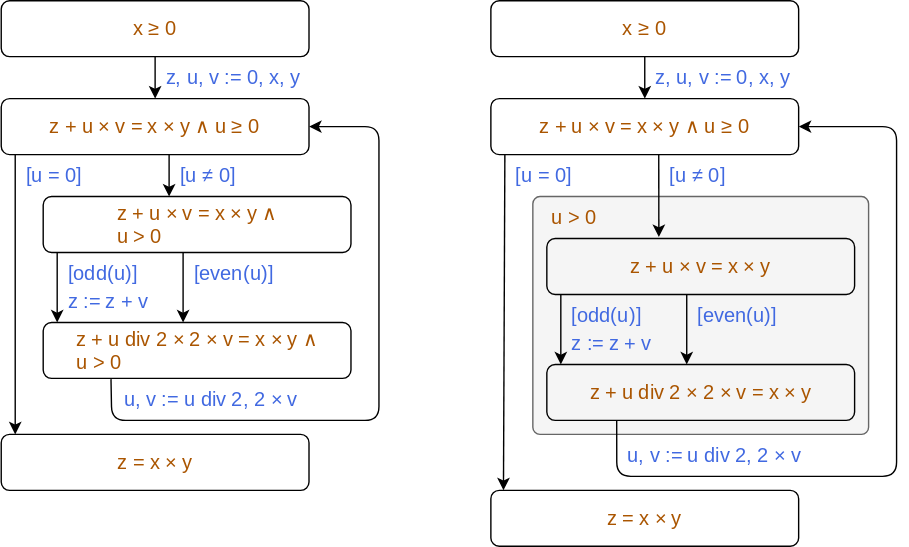
emilsekerinski/ictac2024tutorial keeps this draw.io diagram as content/01 On Algorithms/img/MultiplyByShiftCombined.svg. Above is the earlier version. Source tidied: cells renumbered, new cells last; positions are measured from the earlier drawing's top-left corner, leaving out a move shared by most shapes.
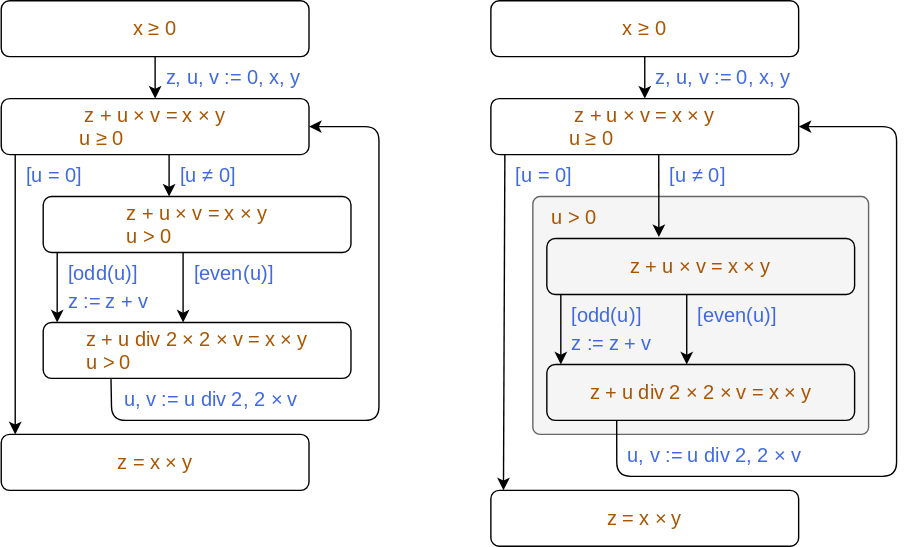
The same file after the commit.

What changed in the source:
```diff
@@ -8,7 +8,7 @@
     <mxCell id="3" value="&lt;div style=&quot;text-align: center&quot;&gt;&lt;font color=&quot;#aa5500&quot;&gt;x ≥ 0&lt;/font&gt;&lt;br&gt;&lt;/div&gt;" style="rounded=1;whiteSpace=wrap;html=1;fillColor=#ffffff;gradientColor=none;fontSize=14;fontColor=#d2691e;align=center;fontFamily=Noto Sans;" parent="1" vertex="1">
       <mxGeometry width="220" height="40" as="geometry" />
     </mxCell>
-    <mxCell id="4" value="&lt;div style=&quot;text-align: center&quot;&gt;&lt;div&gt;&lt;font&gt;z + u × v = x × y ∧ u ≥ 0&lt;/font&gt;&lt;/div&gt;&lt;/div&gt;" style="rounded=1;whiteSpace=wrap;html=1;fillColor=#ffffff;gradientColor=none;fontSize=14;fontColor=#AA5500;align=center;fontFamily=Noto Sans;" parent="1" vertex="1">
+    <mxCell id="4" value="&lt;div style=&quot;text-align: center&quot;&gt;&lt;div&gt;&lt;font&gt;z + u × v = x × y&lt;br&gt;u ≥ 0&amp;nbsp; &amp;nbsp; &amp;nbsp; &amp;nbsp; &amp;nbsp; &amp;nbsp; &amp;nbsp; &amp;nbsp; &amp;nbsp; &amp;nbsp;&lt;/font&gt;&lt;/div&gt;&lt;/div&gt;" style="rounded=1;whiteSpace=wrap;html=1;fillColor=#ffffff;gradientColor=none;fontSize=14;fontColor=#AA5500;align=center;fontFamily=Noto Sans;" parent="1" vertex="1">
       <mxGeometry y="70" width="220" height="40" as="geometry" />
     </mxCell>
     <mxCell id="5" value="&lt;div&gt;&lt;br&gt;&lt;/div&gt;" style="endArrow=classic;html=1;shadow=0;strokeColor=#000000;fontSize=14;fontColor=#d2691e;entryX=0.5;entryY=0;exitX=0.5;exitY=1;labelPosition=center;verticalLabelPosition=middle;align=center;verticalAlign=middle;labelBorderColor=none;fontFamily=Noto Sans;exitDx=0;exitDy=0;entryDx=0;entryDy=0;" parent="1" edge="1" source="3" target="4">
@@ -29,7 +29,7 @@
         <mxPoint x="120" y="140" as="targetPoint" />
       </mxGeometry>
     </mxCell>
-    <mxCell id="9" value="&lt;div style=&quot;text-align: center&quot;&gt;&lt;div&gt;&lt;font&gt;z + u × v = x × y ∧&lt;br&gt;&lt;/font&gt;&lt;div style=&quot;text-align: left&quot;&gt;&lt;span style=&quot;white-space: normal&quot;&gt;&lt;font&gt;u &amp;gt; 0&lt;/font&gt;&lt;/span&gt;&lt;/div&gt;&lt;/div&gt;&lt;/div&gt;" style="rounded=1;whiteSpace=wrap;html=1;fillColor=#ffffff;gradientColor=none;fontSize=14;fontColor=#AA5500;align=center;fontFamily=Noto Sans;" parent="1" vertex="1">
+    <mxCell id="9" value="&lt;div style=&quot;text-align: center&quot;&gt;&lt;div&gt;&lt;font&gt;z + u × v = x × y&lt;br&gt;&lt;/font&gt;&lt;div style=&quot;text-align: left&quot;&gt;&lt;span style=&quot;white-space: normal&quot;&gt;&lt;font&gt;u &amp;gt; 0&lt;/font&gt;&lt;/span&gt;&lt;/div&gt;&lt;/div&gt;&lt;/div&gt;" style="rounded=1;whiteSpace=wrap;html=1;fillColor=#ffffff;gradientColor=none;fontSize=14;fontColor=#AA5500;align=center;fontFamily=Noto Sans;" parent="1" vertex="1">
       <mxGeometry x="30" y="140" width="220" height="40" as="geometry" />
     </mxCell>
     <mxCell id="10" value="&lt;div&gt;&lt;br&gt;&lt;/div&gt;" style="endArrow=classic;html=1;shadow=0;strokeColor=#000000;fontSize=14;fontColor=#d2691e;exitX=0.5;exitY=1;labelPosition=center;verticalLabelPosition=middle;align=center;verticalAlign=middle;labelBorderColor=none;fontFamily=Noto Sans;exitDx=0;exitDy=0;" parent="1" edge="1">
@@ -50,7 +50,7 @@
     <mxCell id="13" value="&lt;div style=&quot;text-align: left&quot;&gt;&lt;font color=&quot;#4169e1&quot;&gt;z := z + v&lt;/font&gt;&lt;/div&gt;" style="text;html=1;strokeColor=none;fillColor=none;align=left;verticalAlign=middle;whiteSpace=wrap;fontSize=14;fontColor=#d2691e;spacingLeft=6;fontFamily=Noto Sans;" parent="1" vertex="1">
       <mxGeometry x="40" y="200" width="90" height="30" as="geometry" />
     </mxCell>
-    <mxCell id="14" value="&lt;div style=&quot;text-align: center&quot;&gt;&lt;div&gt;&lt;font&gt;z + u div 2 × 2 × v = x × y ∧&lt;br&gt;&lt;/font&gt;&lt;div style=&quot;text-align: left&quot;&gt;&lt;font&gt;u &amp;gt; 0&lt;/font&gt;&lt;/div&gt;&lt;/div&gt;&lt;/div&gt;" style="rounded=1;whiteSpace=wrap;html=1;fillColor=#ffffff;gradientColor=none;fontSize=14;fontColor=#AA5500;align=center;fontFamily=Noto Sans;" parent="1" vertex="1">
+    <mxCell id="14" value="&lt;div style=&quot;text-align: center&quot;&gt;&lt;div&gt;&lt;font&gt;z + u div 2 × 2 × v = x × y&lt;br&gt;&lt;/font&gt;&lt;div style=&quot;text-align: left&quot;&gt;&lt;font&gt;u &amp;gt; 0&lt;/font&gt;&lt;/div&gt;&lt;/div&gt;&lt;/div&gt;" style="rounded=1;whiteSpace=wrap;html=1;fillColor=#ffffff;gradientColor=none;fontSize=14;fontColor=#AA5500;align=center;fontFamily=Noto Sans;" parent="1" vertex="1">
       <mxGeometry x="30" y="230" width="220" height="40" as="geometry" />
     </mxCell>
     <mxCell id="15" value="&lt;div style=&quot;text-align: left&quot;&gt;&lt;font color=&quot;#4169e1&quot;&gt;&lt;font&gt;[odd(u)]&lt;/font&gt;&lt;font&gt;&lt;br&gt;&lt;/font&gt;&lt;/font&gt;&lt;/div&gt;" style="text;html=1;strokeColor=none;fillColor=none;align=left;verticalAlign=middle;whiteSpace=wrap;fontSize=14;fontColor=#d2691e;spacingLeft=6;fontFamily=Noto Sans;" parent="1" vertex="1">
@@ -81,7 +81,7 @@
     <mxCell id="21" value="&lt;div style=&quot;text-align: center&quot;&gt;&lt;font color=&quot;#aa5500&quot;&gt;x ≥ 0&lt;/font&gt;&lt;br&gt;&lt;/div&gt;" style="rounded=1;whiteSpace=wrap;html=1;fillColor=#ffffff;gradientColor=none;fontSize=14;fontColor=#d2691e;align=center;fontFamily=Noto Sans;" parent="1" vertex="1">
       <mxGeometry x="350" width="220" height="40" as="geometry" />
     </mxCell>
-    <mxCell id="22" value="&lt;div style=&quot;text-align: center&quot;&gt;&lt;div&gt;&lt;font&gt;z + u × v = x × y ∧ u ≥ 0&lt;/font&gt;&lt;/div&gt;&lt;/div&gt;" style="rounded=1;whiteSpace=wrap;html=1;fillColor=#ffffff;gradientColor=none;fontSize=14;fontColor=#AA5500;align=center;fontFamily=Noto Sans;" parent="1" vertex="1">
+    <mxCell id="22" value="&lt;div style=&quot;text-align: center&quot;&gt;&lt;div&gt;&lt;font&gt;z + u × v = x × y&lt;br&gt;u ≥ 0&amp;nbsp; &amp;nbsp; &amp;nbsp; &amp;nbsp; &amp;nbsp; &amp;nbsp; &amp;nbsp; &amp;nbsp; &amp;nbsp; &amp;nbsp;&lt;/font&gt;&lt;/div&gt;&lt;/div&gt;" style="rounded=1;whiteSpace=wrap;html=1;fillColor=#ffffff;gradientColor=none;fontSize=14;fontColor=#AA5500;align=center;fontFamily=Noto Sans;" parent="1" vertex="1">
       <mxGeometry x="350" y="70" width="220" height="40" as="geometry" />
     </mxCell>
     <mxCell id="23" value="&lt;div&gt;&lt;br&gt;&lt;/div&gt;" style="endArrow=classic;html=1;shadow=0;strokeColor=#000000;fontSize=14;fontColor=#d2691e;entryX=0.5;entryY=0;exitX=0.5;exitY=1;labelPosition=center;verticalLabelPosition=middle;align=center;verticalAlign=middle;labelBorderColor=none;fontFamily=Noto Sans;exitDx=0;exitDy=0;entryDx=0;entryDy=0;" parent="1" edge="1" source="21" target="22">
```
